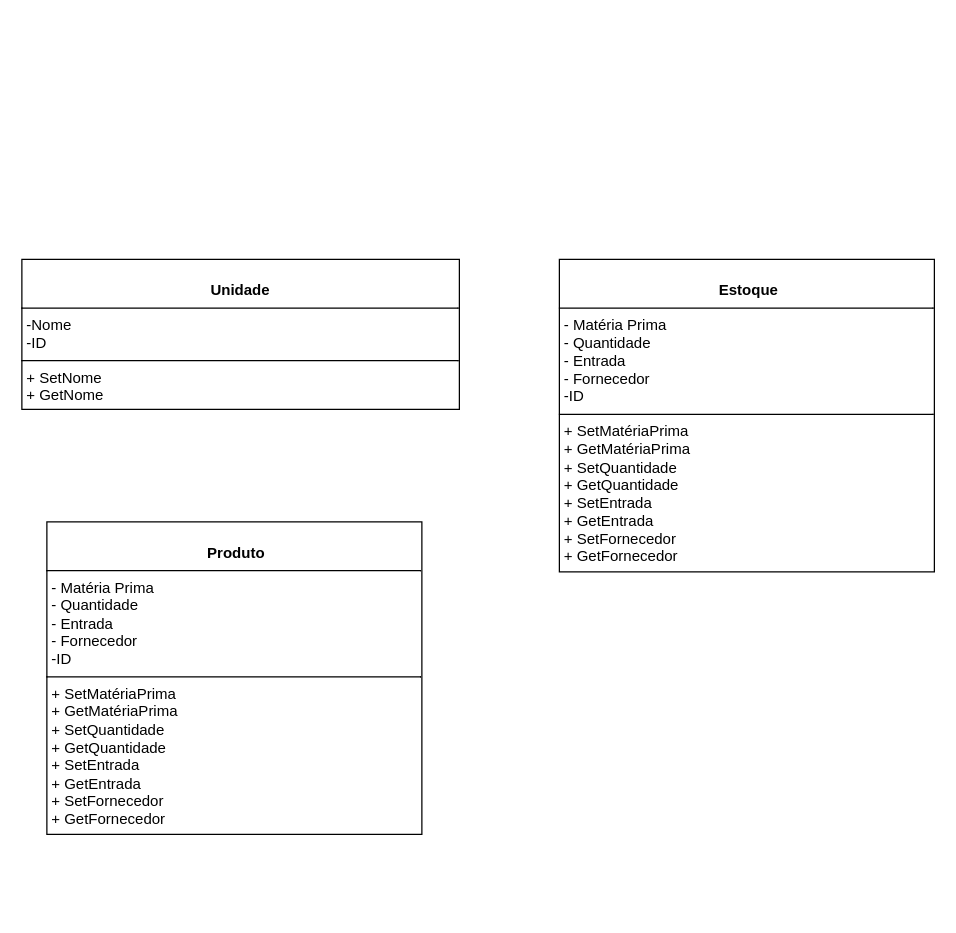
Above: page "Página-2" (2 of 3) of DOC/classes.drawio in rafaelareisilva/avatar.app (draw.io), before the change. Source tidied: cells renumbered, new cells numbered last; positions are measured from the earlier drawing's top-left corner, leaving out a move shared by most shapes. Both pictures are drawn from the tidied source at 125%, with x=0, y=0 at pixel (21, 259).
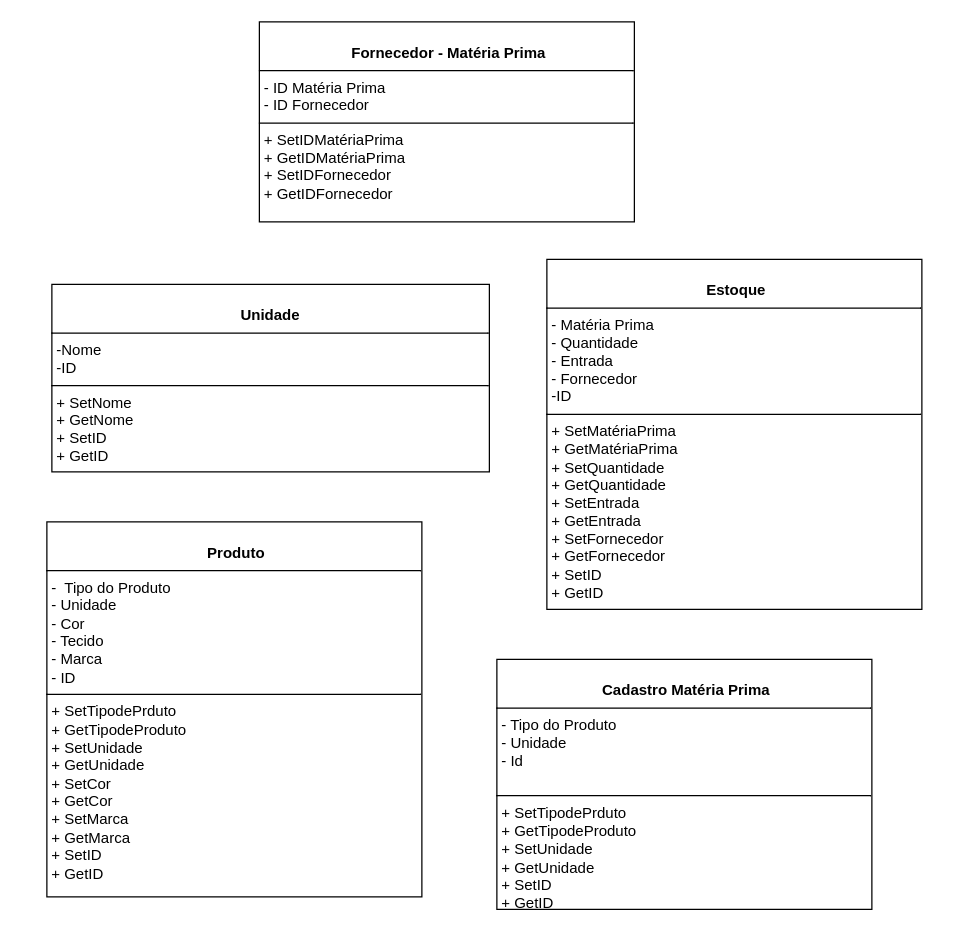
The same diagram, later.

Change to the diagram source:
```diff
@@
 <mxGraphModel>
   <root>
     <mxCell id="0" />
     <mxCell id="1" parent="0" />
-    <mxCell id="2" value="&lt;p style=&quot;margin:0px;margin-top:4px;text-align:center;&quot;&gt;&lt;br&gt;&lt;b&gt;Unidade&lt;/b&gt;&lt;/p&gt;&lt;hr size=&quot;1&quot; style=&quot;border-style:solid;&quot;&gt;&lt;p style=&quot;margin:0px;margin-left:4px;&quot;&gt;-Nome&lt;/p&gt;&lt;p style=&quot;margin:0px;margin-left:4px;&quot;&gt;-ID&lt;/p&gt;&lt;hr size=&quot;1&quot; style=&quot;border-style:solid;&quot;&gt;&lt;p style=&quot;margin:0px;margin-left:4px;&quot;&gt;+ SetNome &lt;br&gt;+ GetNome&lt;/p&gt;&lt;p style=&quot;margin:0px;margin-left:4px;&quot;&gt;&lt;br&gt;&lt;/p&gt;&lt;p style=&quot;margin:0px;margin-left:4px;&quot;&gt;&lt;br&gt;&lt;/p&gt;&lt;p style=&quot;margin:0px;margin-left:4px;&quot;&gt;&lt;br&gt;&lt;/p&gt;&lt;p style=&quot;margin:0px;margin-left:4px;&quot;&gt;&lt;br&gt;&lt;/p&gt;&lt;p style=&quot;margin:0px;margin-left:4px;&quot;&gt;&lt;br&gt;&lt;/p&gt;&lt;p style=&quot;margin:0px;margin-left:4px;&quot;&gt;&lt;br&gt;&lt;/p&gt;&lt;p style=&quot;margin:0px;margin-left:4px;&quot;&gt;&lt;br&gt;&lt;/p&gt;" style="verticalAlign=top;align=left;overflow=fill;html=1;whiteSpace=wrap;" parent="1" vertex="1">
-      <mxGeometry width="350" height="120" as="geometry" />
+    <mxCell id="2" value="&lt;p style=&quot;margin:0px;margin-top:4px;text-align:center;&quot;&gt;&lt;br&gt;&lt;b&gt;Unidade&lt;/b&gt;&lt;/p&gt;&lt;hr size=&quot;1&quot; style=&quot;border-style:solid;&quot;&gt;&lt;p style=&quot;margin:0px;margin-left:4px;&quot;&gt;-Nome&lt;/p&gt;&lt;p style=&quot;margin:0px;margin-left:4px;&quot;&gt;-ID&lt;/p&gt;&lt;hr size=&quot;1&quot; style=&quot;border-style:solid;&quot;&gt;&lt;p style=&quot;margin:0px;margin-left:4px;&quot;&gt;+ SetNome &lt;br&gt;+ GetNome&lt;/p&gt;&lt;p style=&quot;margin: 0px 0px 0px 4px;&quot;&gt;&lt;span style=&quot;background-color: initial;&quot;&gt;+ SetID&lt;/span&gt;&lt;/p&gt;&lt;p style=&quot;margin:0px;margin-left:4px;&quot;&gt;&lt;/p&gt;&lt;p style=&quot;margin: 0px 0px 0px 4px;&quot;&gt;&lt;span style=&quot;background-color: initial;&quot;&gt;+ GetID&lt;/span&gt;&lt;/p&gt;&lt;p style=&quot;margin:0px;margin-left:4px;&quot;&gt;&lt;br&gt;&lt;/p&gt;&lt;p style=&quot;margin:0px;margin-left:4px;&quot;&gt;&lt;br&gt;&lt;/p&gt;&lt;p style=&quot;margin:0px;margin-left:4px;&quot;&gt;&lt;br&gt;&lt;/p&gt;&lt;p style=&quot;margin:0px;margin-left:4px;&quot;&gt;&lt;br&gt;&lt;/p&gt;&lt;p style=&quot;margin:0px;margin-left:4px;&quot;&gt;&lt;br&gt;&lt;/p&gt;&lt;p style=&quot;margin:0px;margin-left:4px;&quot;&gt;&lt;br&gt;&lt;/p&gt;&lt;p style=&quot;margin:0px;margin-left:4px;&quot;&gt;&lt;br&gt;&lt;/p&gt;" style="verticalAlign=top;align=left;overflow=fill;html=1;whiteSpace=wrap;" parent="1" vertex="1">
+      <mxGeometry x="24" y="20" width="350" height="150" as="geometry" />
     </mxCell>
-    <mxCell id="3" value="&lt;p style=&quot;margin:0px;margin-top:4px;text-align:center;&quot;&gt;&lt;br&gt;&lt;b&gt;&amp;nbsp;Estoque&lt;/b&gt;&lt;/p&gt;&lt;hr size=&quot;1&quot; style=&quot;border-style:solid;&quot;&gt;&lt;p style=&quot;margin:0px;margin-left:4px;&quot;&gt;- Matéria Prima&lt;/p&gt;&lt;p style=&quot;margin:0px;margin-left:4px;&quot;&gt;- Quantidade&lt;/p&gt;&lt;p style=&quot;margin:0px;margin-left:4px;&quot;&gt;- Entrada&lt;/p&gt;&lt;p style=&quot;margin:0px;margin-left:4px;&quot;&gt;- Fornecedor&lt;/p&gt;&lt;p style=&quot;margin:0px;margin-left:4px;&quot;&gt;-ID&lt;/p&gt;&lt;hr size=&quot;1&quot; style=&quot;border-style:solid;&quot;&gt;&lt;p style=&quot;margin:0px;margin-left:4px;&quot;&gt;+ SetMatériaPrima&lt;br&gt;+ GetMatériaPrima&lt;/p&gt;&lt;p style=&quot;margin:0px;margin-left:4px;&quot;&gt;+ SetQuantidade&lt;/p&gt;&lt;p style=&quot;margin:0px;margin-left:4px;&quot;&gt;+ GetQuantidade&lt;/p&gt;&lt;p style=&quot;margin: 0px 0px 0px 4px;&quot;&gt;+ SetEntrada&lt;br&gt;+ GetEntrada&lt;/p&gt;&lt;p style=&quot;margin: 0px 0px 0px 4px;&quot;&gt;+ SetFornecedor&lt;/p&gt;&lt;p style=&quot;margin: 0px 0px 0px 4px;&quot;&gt;+ GetFornecedor&lt;/p&gt;&lt;p style=&quot;margin:0px;margin-left:4px;&quot;&gt;&lt;/p&gt;&lt;p style=&quot;margin: 0px 0px 0px 4px;&quot;&gt;&lt;br&gt;&lt;/p&gt;&lt;p style=&quot;margin:0px;margin-left:4px;&quot;&gt;&lt;br&gt;&lt;/p&gt;&lt;p style=&quot;margin:0px;margin-left:4px;&quot;&gt;&lt;br&gt;&lt;/p&gt;&lt;p style=&quot;margin:0px;margin-left:4px;&quot;&gt;&lt;br&gt;&lt;/p&gt;&lt;p style=&quot;margin:0px;margin-left:4px;&quot;&gt;&lt;br&gt;&lt;/p&gt;&lt;p style=&quot;margin:0px;margin-left:4px;&quot;&gt;&lt;br&gt;&lt;/p&gt;&lt;p style=&quot;margin:0px;margin-left:4px;&quot;&gt;&lt;br&gt;&lt;/p&gt;&lt;p style=&quot;margin:0px;margin-left:4px;&quot;&gt;&lt;br&gt;&lt;/p&gt;&lt;p style=&quot;margin:0px;margin-left:4px;&quot;&gt;&lt;br&gt;&lt;/p&gt;" style="verticalAlign=top;align=left;overflow=fill;html=1;whiteSpace=wrap;" parent="1" vertex="1">
-      <mxGeometry x="430" width="300" height="250" as="geometry" />
+    <mxCell id="3" value="&lt;p style=&quot;margin:0px;margin-top:4px;text-align:center;&quot;&gt;&lt;br&gt;&lt;b&gt;&amp;nbsp;Estoque&lt;/b&gt;&lt;/p&gt;&lt;hr size=&quot;1&quot; style=&quot;border-style:solid;&quot;&gt;&lt;p style=&quot;margin:0px;margin-left:4px;&quot;&gt;- Matéria Prima&lt;/p&gt;&lt;p style=&quot;margin:0px;margin-left:4px;&quot;&gt;- Quantidade&lt;/p&gt;&lt;p style=&quot;margin:0px;margin-left:4px;&quot;&gt;- Entrada&lt;/p&gt;&lt;p style=&quot;margin:0px;margin-left:4px;&quot;&gt;- Fornecedor&lt;/p&gt;&lt;p style=&quot;margin:0px;margin-left:4px;&quot;&gt;-ID&lt;/p&gt;&lt;hr size=&quot;1&quot; style=&quot;border-style:solid;&quot;&gt;&lt;p style=&quot;margin:0px;margin-left:4px;&quot;&gt;+ SetMatériaPrima&lt;br&gt;+ GetMatériaPrima&lt;/p&gt;&lt;p style=&quot;margin:0px;margin-left:4px;&quot;&gt;+ SetQuantidade&lt;/p&gt;&lt;p style=&quot;margin:0px;margin-left:4px;&quot;&gt;+ GetQuantidade&lt;/p&gt;&lt;p style=&quot;margin: 0px 0px 0px 4px;&quot;&gt;+ SetEntrada&lt;br&gt;+ GetEntrada&lt;/p&gt;&lt;p style=&quot;margin: 0px 0px 0px 4px;&quot;&gt;+ SetFornecedor&lt;/p&gt;&lt;p style=&quot;margin: 0px 0px 0px 4px;&quot;&gt;+ GetFornecedor&lt;/p&gt;&lt;p style=&quot;margin: 0px 0px 0px 4px;&quot;&gt;&lt;span style=&quot;background-color: initial;&quot;&gt;+ SetID&lt;/span&gt;&lt;/p&gt;&lt;p style=&quot;margin: 0px 0px 0px 4px;&quot;&gt;&lt;span style=&quot;background-color: initial;&quot;&gt;+ GetID&lt;/span&gt;&lt;/p&gt;&lt;p style=&quot;margin: 0px 0px 0px 4px;&quot;&gt;&lt;/p&gt;&lt;p style=&quot;margin: 0px 0px 0px 4px;&quot;&gt;&lt;br&gt;&lt;/p&gt;&lt;p&gt;&lt;/p&gt;&lt;p style=&quot;forced-color-adjust: none; margin: 0px 0px 0px 4px;&quot;&gt;&lt;font style=&quot;forced-color-adjust: none; vertical-align: inherit;&quot;&gt;&lt;font style=&quot;forced-color-adjust: none; vertical-align: inherit;&quot;&gt;&lt;/font&gt;&lt;/font&gt;&lt;/p&gt;&lt;p style=&quot;margin:0px;margin-left:4px;&quot;&gt;&lt;/p&gt;&lt;p style=&quot;margin: 0px 0px 0px 4px;&quot;&gt;&lt;br&gt;&lt;/p&gt;&lt;p style=&quot;margin:0px;margin-left:4px;&quot;&gt;&lt;br&gt;&lt;/p&gt;&lt;p style=&quot;margin:0px;margin-left:4px;&quot;&gt;&lt;br&gt;&lt;/p&gt;&lt;p style=&quot;margin:0px;margin-left:4px;&quot;&gt;&lt;br&gt;&lt;/p&gt;&lt;p style=&quot;margin:0px;margin-left:4px;&quot;&gt;&lt;br&gt;&lt;/p&gt;&lt;p style=&quot;margin:0px;margin-left:4px;&quot;&gt;&lt;br&gt;&lt;/p&gt;&lt;p style=&quot;margin:0px;margin-left:4px;&quot;&gt;&lt;br&gt;&lt;/p&gt;&lt;p style=&quot;margin:0px;margin-left:4px;&quot;&gt;&lt;br&gt;&lt;/p&gt;&lt;p style=&quot;margin:0px;margin-left:4px;&quot;&gt;&lt;br&gt;&lt;/p&gt;" style="verticalAlign=top;align=left;overflow=fill;html=1;whiteSpace=wrap;" parent="1" vertex="1">
+      <mxGeometry x="420" width="300" height="280" as="geometry" />
     </mxCell>
-    <mxCell id="4" value="&lt;p style=&quot;margin:0px;margin-top:4px;text-align:center;&quot;&gt;&lt;br&gt;&lt;b&gt;&amp;nbsp;Produto&lt;/b&gt;&lt;/p&gt;&lt;hr size=&quot;1&quot; style=&quot;border-style:solid;&quot;&gt;&lt;p style=&quot;margin:0px;margin-left:4px;&quot;&gt;- Matéria Prima&lt;/p&gt;&lt;p style=&quot;margin:0px;margin-left:4px;&quot;&gt;- Quantidade&lt;/p&gt;&lt;p style=&quot;margin:0px;margin-left:4px;&quot;&gt;- Entrada&lt;/p&gt;&lt;p style=&quot;margin:0px;margin-left:4px;&quot;&gt;- Fornecedor&lt;/p&gt;&lt;p style=&quot;margin:0px;margin-left:4px;&quot;&gt;-ID&lt;/p&gt;&lt;hr size=&quot;1&quot; style=&quot;border-style:solid;&quot;&gt;&lt;p style=&quot;margin:0px;margin-left:4px;&quot;&gt;+ SetMatériaPrima&lt;br&gt;+ GetMatériaPrima&lt;/p&gt;&lt;p style=&quot;margin:0px;margin-left:4px;&quot;&gt;+ SetQuantidade&lt;/p&gt;&lt;p style=&quot;margin:0px;margin-left:4px;&quot;&gt;+ GetQuantidade&lt;/p&gt;&lt;p style=&quot;margin: 0px 0px 0px 4px;&quot;&gt;+ SetEntrada&lt;br&gt;+ GetEntrada&lt;/p&gt;&lt;p style=&quot;margin: 0px 0px 0px 4px;&quot;&gt;+ SetFornecedor&lt;/p&gt;&lt;p style=&quot;margin: 0px 0px 0px 4px;&quot;&gt;+ GetFornecedor&lt;/p&gt;&lt;p style=&quot;margin:0px;margin-left:4px;&quot;&gt;&lt;/p&gt;&lt;p style=&quot;margin: 0px 0px 0px 4px;&quot;&gt;&lt;br&gt;&lt;/p&gt;&lt;p style=&quot;margin:0px;margin-left:4px;&quot;&gt;&lt;br&gt;&lt;/p&gt;&lt;p style=&quot;margin:0px;margin-left:4px;&quot;&gt;&lt;br&gt;&lt;/p&gt;&lt;p style=&quot;margin:0px;margin-left:4px;&quot;&gt;&lt;br&gt;&lt;/p&gt;&lt;p style=&quot;margin:0px;margin-left:4px;&quot;&gt;&lt;br&gt;&lt;/p&gt;&lt;p style=&quot;margin:0px;margin-left:4px;&quot;&gt;&lt;br&gt;&lt;/p&gt;&lt;p style=&quot;margin:0px;margin-left:4px;&quot;&gt;&lt;br&gt;&lt;/p&gt;&lt;p style=&quot;margin:0px;margin-left:4px;&quot;&gt;&lt;br&gt;&lt;/p&gt;&lt;p style=&quot;margin:0px;margin-left:4px;&quot;&gt;&lt;br&gt;&lt;/p&gt;" style="verticalAlign=top;align=left;overflow=fill;html=1;whiteSpace=wrap;" parent="1" vertex="1">
-      <mxGeometry x="20" y="210" width="300" height="250" as="geometry" />
+    <mxCell id="4" value="&lt;p style=&quot;margin:0px;margin-top:4px;text-align:center;&quot;&gt;&lt;br&gt;&lt;b&gt;&amp;nbsp;Produto&lt;/b&gt;&lt;/p&gt;&lt;hr size=&quot;1&quot; style=&quot;border-style:solid;&quot;&gt;&lt;p style=&quot;margin:0px;margin-left:4px;&quot;&gt;-&amp;nbsp; Tipo do Produto&lt;/p&gt;&lt;p style=&quot;margin:0px;margin-left:4px;&quot;&gt;- Unidade&lt;/p&gt;&lt;p style=&quot;margin:0px;margin-left:4px;&quot;&gt;- Cor&amp;nbsp;&lt;/p&gt;&lt;p style=&quot;margin:0px;margin-left:4px;&quot;&gt;- Tecido&lt;/p&gt;&lt;p style=&quot;margin:0px;margin-left:4px;&quot;&gt;- Marca&lt;/p&gt;&lt;p style=&quot;margin:0px;margin-left:4px;&quot;&gt;- ID&lt;/p&gt;&lt;hr size=&quot;1&quot; style=&quot;border-style:solid;&quot;&gt;&lt;p style=&quot;margin:0px;margin-left:4px;&quot;&gt;+ SetTipodePrduto&lt;br&gt;+ GetTipodeProduto&lt;/p&gt;&lt;p style=&quot;margin:0px;margin-left:4px;&quot;&gt;+ SetUnidade&lt;/p&gt;&lt;p style=&quot;margin:0px;margin-left:4px;&quot;&gt;+ Get&lt;span style=&quot;background-color: initial;&quot;&gt;Unidade&lt;/span&gt;&lt;/p&gt;&lt;p style=&quot;margin: 0px 0px 0px 4px;&quot;&gt;+ SetCor&lt;br&gt;+ Get&lt;span style=&quot;background-color: initial;&quot;&gt;Cor&lt;/span&gt;&lt;/p&gt;&lt;p style=&quot;margin: 0px 0px 0px 4px;&quot;&gt;+ SetMarca&lt;/p&gt;&lt;p style=&quot;margin: 0px 0px 0px 4px;&quot;&gt;+ Get&lt;span style=&quot;background-color: initial;&quot;&gt;Marca&lt;/span&gt;&lt;/p&gt;&lt;p style=&quot;margin: 0px 0px 0px 4px;&quot;&gt;&lt;span style=&quot;background-color: initial;&quot;&gt;+ SetID&lt;/span&gt;&lt;/p&gt;&lt;p style=&quot;margin: 0px 0px 0px 4px;&quot;&gt;&lt;span style=&quot;background-color: initial;&quot;&gt;+ GetID&lt;/span&gt;&lt;/p&gt;&lt;p style=&quot;margin:0px;margin-left:4px;&quot;&gt;&lt;/p&gt;&lt;p style=&quot;margin: 0px 0px 0px 4px;&quot;&gt;&lt;br&gt;&lt;/p&gt;&lt;p style=&quot;margin:0px;margin-left:4px;&quot;&gt;&lt;br&gt;&lt;/p&gt;&lt;p style=&quot;margin:0px;margin-left:4px;&quot;&gt;&lt;br&gt;&lt;/p&gt;&lt;p style=&quot;margin:0px;margin-left:4px;&quot;&gt;&lt;br&gt;&lt;/p&gt;&lt;p style=&quot;margin:0px;margin-left:4px;&quot;&gt;&lt;br&gt;&lt;/p&gt;&lt;p style=&quot;margin:0px;margin-left:4px;&quot;&gt;&lt;br&gt;&lt;/p&gt;&lt;p style=&quot;margin:0px;margin-left:4px;&quot;&gt;&lt;br&gt;&lt;/p&gt;&lt;p style=&quot;margin:0px;margin-left:4px;&quot;&gt;&lt;br&gt;&lt;/p&gt;&lt;p style=&quot;margin:0px;margin-left:4px;&quot;&gt;&lt;br&gt;&lt;/p&gt;" style="verticalAlign=top;align=left;overflow=fill;html=1;whiteSpace=wrap;" parent="1" vertex="1">
+      <mxGeometry x="20" y="210" width="300" height="300" as="geometry" />
     </mxCell>
+    <mxCell id="5" value="&lt;p style=&quot;margin:0px;margin-top:4px;text-align:center;&quot;&gt;&lt;br&gt;&lt;b&gt;&amp;nbsp;Cadastro Matéria Prima&lt;/b&gt;&lt;/p&gt;&lt;hr size=&quot;1&quot; style=&quot;border-style:solid;&quot;&gt;&lt;p style=&quot;margin:0px;margin-left:4px;&quot;&gt;- Tipo do Produto&lt;/p&gt;&lt;p style=&quot;margin:0px;margin-left:4px;&quot;&gt;- Unidade&lt;/p&gt;&lt;p style=&quot;margin:0px;margin-left:4px;&quot;&gt;- Id&lt;/p&gt;&lt;p style=&quot;margin:0px;margin-left:4px;&quot;&gt;&lt;br&gt;&lt;/p&gt;&lt;hr size=&quot;1&quot; style=&quot;border-style:solid;&quot;&gt;&lt;p style=&quot;margin:0px;margin-left:4px;&quot;&gt;+ SetTipodePrduto&lt;br&gt;+ GetTipodeProduto&lt;/p&gt;&lt;p style=&quot;margin:0px;margin-left:4px;&quot;&gt;+ SetUnidade&lt;/p&gt;&lt;p style=&quot;margin:0px;margin-left:4px;&quot;&gt;+ Get&lt;span style=&quot;background-color: initial;&quot;&gt;Unidade&lt;/span&gt;&lt;/p&gt;&lt;p style=&quot;margin: 0px 0px 0px 4px;&quot;&gt;&lt;span style=&quot;background-color: initial;&quot;&gt;+ SetID&lt;/span&gt;&lt;/p&gt;&lt;p style=&quot;margin: 0px 0px 0px 4px;&quot;&gt;&lt;span style=&quot;background-color: initial;&quot;&gt;+ GetID&lt;/span&gt;&lt;/p&gt;&lt;p style=&quot;margin:0px;margin-left:4px;&quot;&gt;&lt;/p&gt;&lt;p style=&quot;margin: 0px 0px 0px 4px;&quot;&gt;&lt;br&gt;&lt;/p&gt;&lt;p&gt;&lt;/p&gt;&lt;p style=&quot;forced-color-adjust: none; margin: 0px 0px 0px 4px;&quot;&gt;&lt;font style=&quot;forced-color-adjust: none; vertical-align: inherit;&quot;&gt;&lt;font style=&quot;forced-color-adjust: none; vertical-align: inherit;&quot;&gt;&lt;/font&gt;&lt;/font&gt;&lt;/p&gt;&lt;p style=&quot;margin: 0px 0px 0px 4px;&quot;&gt;&lt;br&gt;&lt;/p&gt;&lt;p style=&quot;margin:0px;margin-left:4px;&quot;&gt;&lt;br&gt;&lt;/p&gt;&lt;p style=&quot;margin:0px;margin-left:4px;&quot;&gt;&lt;br&gt;&lt;/p&gt;&lt;p style=&quot;margin:0px;margin-left:4px;&quot;&gt;&lt;br&gt;&lt;/p&gt;&lt;p style=&quot;margin:0px;margin-left:4px;&quot;&gt;&lt;br&gt;&lt;/p&gt;&lt;p style=&quot;margin:0px;margin-left:4px;&quot;&gt;&lt;br&gt;&lt;/p&gt;&lt;p style=&quot;margin:0px;margin-left:4px;&quot;&gt;&lt;br&gt;&lt;/p&gt;&lt;p style=&quot;margin:0px;margin-left:4px;&quot;&gt;&lt;br&gt;&lt;/p&gt;&lt;p style=&quot;margin:0px;margin-left:4px;&quot;&gt;&lt;br&gt;&lt;/p&gt;" style="verticalAlign=top;align=left;overflow=fill;html=1;whiteSpace=wrap;" parent="1" vertex="1">
+      <mxGeometry x="380" y="320" width="300" height="200" as="geometry" />
+    </mxCell>
+    <mxCell id="6" value="&lt;p style=&quot;margin:0px;margin-top:4px;text-align:center;&quot;&gt;&lt;br&gt;&lt;b&gt;&amp;nbsp;Fornecedor - Matéria Prima&lt;/b&gt;&lt;/p&gt;&lt;hr size=&quot;1&quot; style=&quot;border-style:solid;&quot;&gt;&lt;p style=&quot;margin:0px;margin-left:4px;&quot;&gt;- ID Matéria Prima&lt;/p&gt;&lt;p style=&quot;margin:0px;margin-left:4px;&quot;&gt;- ID Fornecedor&lt;/p&gt;&lt;hr size=&quot;1&quot; style=&quot;border-style:solid;&quot;&gt;&lt;p style=&quot;margin:0px;margin-left:4px;&quot;&gt;+ SetIDMatériaPrima&lt;br&gt;+ GetIDMatériaPrima&lt;/p&gt;&lt;p style=&quot;margin: 0px 0px 0px 4px;&quot;&gt;+ SetIDFornecedor&lt;/p&gt;&lt;p style=&quot;margin: 0px 0px 0px 4px;&quot;&gt;+ GetIDFornecedor&lt;/p&gt;&lt;p style=&quot;margin:0px;margin-left:4px;&quot;&gt;&lt;/p&gt;&lt;p style=&quot;margin: 0px 0px 0px 4px;&quot;&gt;&lt;br&gt;&lt;/p&gt;&lt;p style=&quot;margin:0px;margin-left:4px;&quot;&gt;&lt;br&gt;&lt;/p&gt;&lt;p style=&quot;margin:0px;margin-left:4px;&quot;&gt;&lt;br&gt;&lt;/p&gt;&lt;p style=&quot;margin:0px;margin-left:4px;&quot;&gt;&lt;br&gt;&lt;/p&gt;&lt;p style=&quot;margin:0px;margin-left:4px;&quot;&gt;&lt;br&gt;&lt;/p&gt;&lt;p style=&quot;margin:0px;margin-left:4px;&quot;&gt;&lt;br&gt;&lt;/p&gt;&lt;p style=&quot;margin:0px;margin-left:4px;&quot;&gt;&lt;br&gt;&lt;/p&gt;&lt;p style=&quot;margin:0px;margin-left:4px;&quot;&gt;&lt;br&gt;&lt;/p&gt;&lt;p style=&quot;margin:0px;margin-left:4px;&quot;&gt;&lt;br&gt;&lt;/p&gt;" style="verticalAlign=top;align=left;overflow=fill;html=1;whiteSpace=wrap;" parent="1" vertex="1">
+      <mxGeometry x="190" y="-190" width="300" height="160" as="geometry" />
+    </mxCell>
   </root>
 </mxGraphModel>
```
